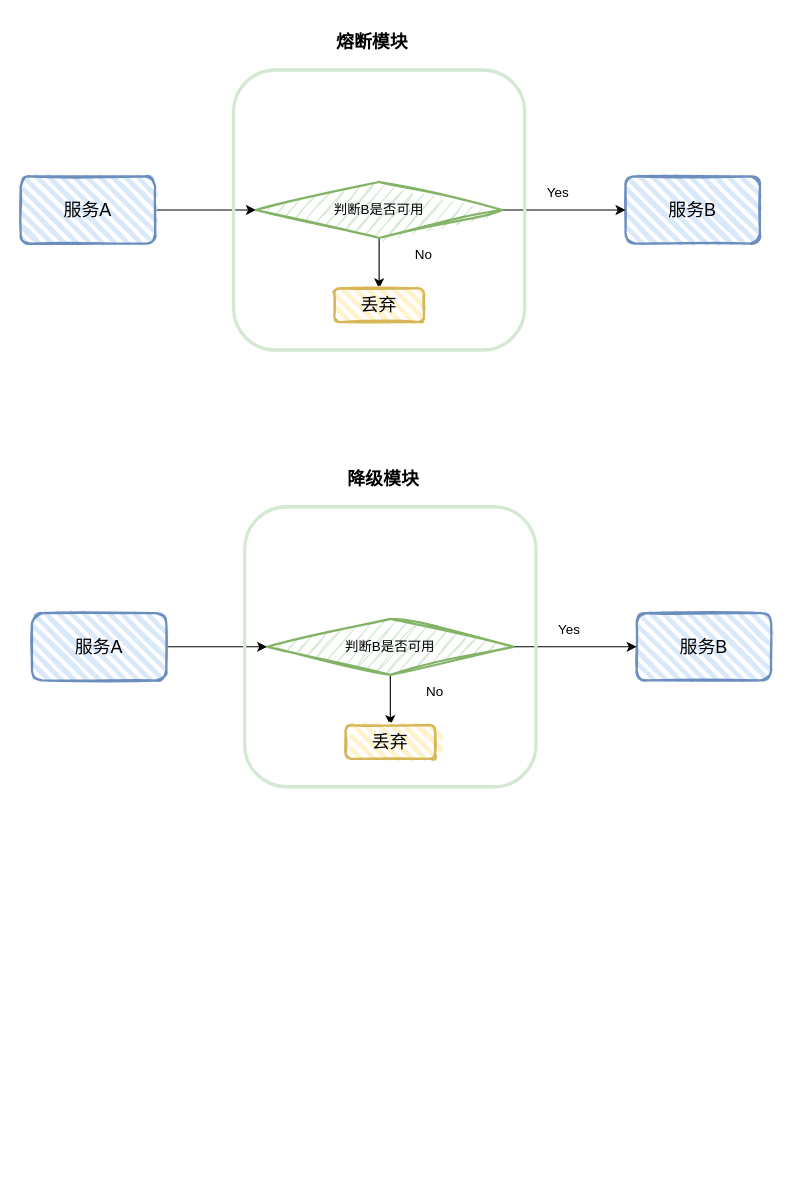
Earlier version of the draw.io diagram 高可用-熔断-降级-限流.drawio (ChanphongGu/ProcessGraph). Source tidied: cells renumbered, new cells numbered last; positions are measured from the earlier drawing's top-left corner, leaving out a move shared by most shapes. Both pictures are drawn from the tidied source at 112%, with x=0, y=0 at pixel (20, 19).
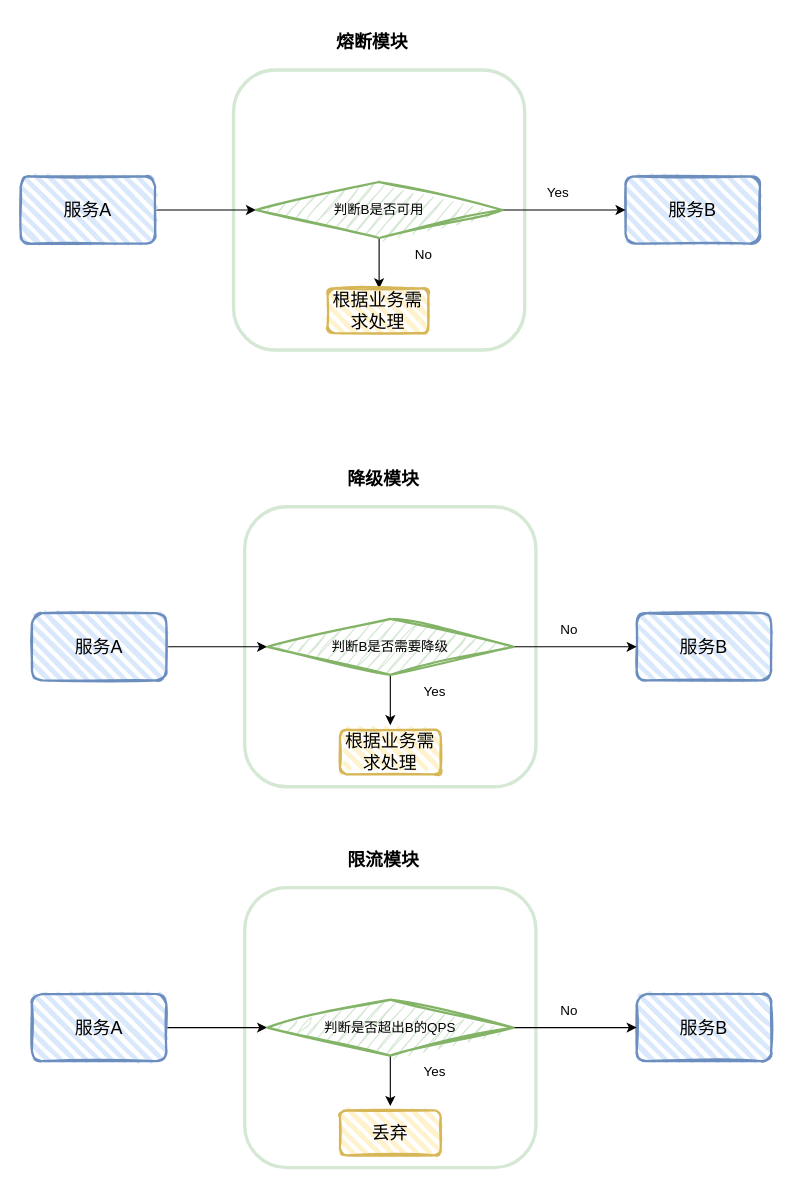
The same page after the edit.

Commit message (it also covers changes not shown here):
更新高可用-熔断-降级-限流.drawio

What changed in the source:
```diff
@@
+    <mxCell id="11" style="rounded=1;whiteSpace=wrap;html=1;fillColor=none;strokeColor=#D5E8D4;strokeWidth=3;" parent="1" vertex="1">
+      <mxGeometry x="190" y="45" width="260" height="250" as="geometry" />
+    </mxCell>
+    <mxCell id="22" style="rounded=1;whiteSpace=wrap;html=1;fillColor=none;strokeColor=#D5E8D4;strokeWidth=3;" parent="1" vertex="1">
+      <mxGeometry x="200" y="435" width="260" height="250" as="geometry" />
+    </mxCell>
@@
-    <mxCell id="10" value="丢弃" style="rounded=1;whiteSpace=wrap;html=1;strokeWidth=2;fillWeight=4;hachureGap=8;hachureAngle=45;sketch=1;fontSize=16;fillColor=#fff2cc;strokeColor=#d6b656;" parent="1" vertex="1">
-      <mxGeometry x="280" y="240" width="80" height="30" as="geometry" />
-    </mxCell>
-    <mxCell id="11" style="rounded=1;whiteSpace=wrap;html=1;fillColor=none;strokeColor=#D5E8D4;strokeWidth=3;" parent="1" vertex="1">
-      <mxGeometry x="190" y="45" width="260" height="250" as="geometry" />
-    </mxCell>
@@
-    <mxCell id="18" value="判断B是否可用" style="rhombus;whiteSpace=wrap;html=1;fillStyle=auto;rounded=0;sketch=1;curveFitting=1;jiggle=2;strokeWidth=2;fillColor=#d5e8d4;strokeColor=#82b366;" parent="1" vertex="1">
+    <mxCell id="18" value="判断B是否需要降级" style="rhombus;whiteSpace=wrap;html=1;fillStyle=auto;rounded=0;sketch=1;curveFitting=1;jiggle=2;strokeWidth=2;fillColor=#d5e8d4;strokeColor=#82b366;" parent="1" vertex="1">
       <mxGeometry x="220" y="535" width="220" height="50" as="geometry" />
     </mxCell>
-    <mxCell id="19" value="Yes" style="text;html=1;strokeColor=none;fillColor=none;align=center;verticalAlign=middle;whiteSpace=wrap;rounded=0;" parent="1" vertex="1">
+    <mxCell id="19" value="No" style="text;html=1;strokeColor=none;fillColor=none;align=center;verticalAlign=middle;whiteSpace=wrap;rounded=0;" parent="1" vertex="1">
       <mxGeometry x="460" y="530" width="60" height="30" as="geometry" />
     </mxCell>
-    <mxCell id="20" value="No" style="text;html=1;strokeColor=none;fillColor=none;align=center;verticalAlign=middle;whiteSpace=wrap;rounded=0;" parent="1" vertex="1">
+    <mxCell id="20" value="Yes" style="text;html=1;strokeColor=none;fillColor=none;align=center;verticalAlign=middle;whiteSpace=wrap;rounded=0;" parent="1" vertex="1">
       <mxGeometry x="340" y="585" width="60" height="30" as="geometry" />
     </mxCell>
-    <mxCell id="21" value="丢弃" style="rounded=1;whiteSpace=wrap;html=1;strokeWidth=2;fillWeight=4;hachureGap=8;hachureAngle=45;sketch=1;fontSize=16;fillColor=#fff2cc;strokeColor=#d6b656;" parent="1" vertex="1">
-      <mxGeometry x="290" y="630" width="80" height="30" as="geometry" />
+    <mxCell id="21" value="根据业务需求处理" style="rounded=1;whiteSpace=wrap;html=1;strokeWidth=2;fillWeight=4;hachureGap=8;hachureAngle=45;sketch=1;fontSize=16;fillColor=#fff2cc;strokeColor=#d6b656;" parent="1" vertex="1">
+      <mxGeometry x="285" y="634" width="90" height="40" as="geometry" />
     </mxCell>
-    <mxCell id="22" style="rounded=1;whiteSpace=wrap;html=1;fillColor=none;strokeColor=#D5E8D4;strokeWidth=3;" parent="1" vertex="1">
-      <mxGeometry x="200" y="435" width="260" height="250" as="geometry" />
-    </mxCell>
@@
+    <mxCell id="24" style="rounded=1;whiteSpace=wrap;html=1;fillColor=none;strokeColor=#D5E8D4;strokeWidth=3;" parent="1" vertex="1">
+      <mxGeometry x="200" y="775" width="260" height="250" as="geometry" />
+    </mxCell>
+    <mxCell id="25" style="edgeStyle=orthogonalEdgeStyle;rounded=0;jettySize=auto;html=1;exitX=1;exitY=0.5;exitDx=0;exitDy=0;entryX=0;entryY=0.5;entryDx=0;entryDy=0;" parent="1" edge="1" source="26" target="30">
+      <mxGeometry relative="1" as="geometry" />
+    </mxCell>
+    <mxCell id="26" value="服务A" style="rounded=1;whiteSpace=wrap;html=1;strokeWidth=2;fillWeight=4;hachureGap=8;hachureAngle=45;fillColor=#dae8fc;sketch=1;strokeColor=#6c8ebf;fontSize=16;" parent="1" vertex="1">
+      <mxGeometry x="10" y="870" width="120" height="60" as="geometry" />
+    </mxCell>
+    <mxCell id="27" value="服务B" style="rounded=1;whiteSpace=wrap;html=1;strokeWidth=2;fillWeight=4;hachureGap=8;hachureAngle=45;fillColor=#dae8fc;sketch=1;strokeColor=#6c8ebf;fontSize=16;" parent="1" vertex="1">
+      <mxGeometry x="550" y="870" width="120" height="60" as="geometry" />
+    </mxCell>
+    <mxCell id="28" style="edgeStyle=orthogonalEdgeStyle;rounded=0;jettySize=auto;html=1;exitX=1;exitY=0.5;exitDx=0;exitDy=0;entryX=0;entryY=0.5;entryDx=0;entryDy=0;" parent="1" edge="1" source="30" target="27">
+      <mxGeometry relative="1" as="geometry" />
+    </mxCell>
+    <mxCell id="29" style="edgeStyle=orthogonalEdgeStyle;rounded=0;jettySize=auto;html=1;exitX=0.5;exitY=1;exitDx=0;exitDy=0;" parent="1" edge="1" source="30">
+      <mxGeometry relative="1" as="geometry">
+        <mxPoint x="330" y="970" as="targetPoint" />
+      </mxGeometry>
+    </mxCell>
+    <mxCell id="30" value="判断是否超出B的QPS" style="rhombus;whiteSpace=wrap;html=1;fillStyle=auto;rounded=0;sketch=1;curveFitting=1;jiggle=2;strokeWidth=2;fillColor=#d5e8d4;strokeColor=#82b366;" parent="1" vertex="1">
+      <mxGeometry x="220" y="875" width="220" height="50" as="geometry" />
+    </mxCell>
+    <mxCell id="31" value="No" style="text;html=1;strokeColor=none;fillColor=none;align=center;verticalAlign=middle;whiteSpace=wrap;rounded=0;" parent="1" vertex="1">
+      <mxGeometry x="460" y="870" width="60" height="30" as="geometry" />
+    </mxCell>
+    <mxCell id="32" value="Yes" style="text;html=1;strokeColor=none;fillColor=none;align=center;verticalAlign=middle;whiteSpace=wrap;rounded=0;" parent="1" vertex="1">
+      <mxGeometry x="340" y="925" width="60" height="30" as="geometry" />
+    </mxCell>
+    <mxCell id="10" value="丢弃" style="rounded=1;whiteSpace=wrap;html=1;strokeWidth=2;fillWeight=4;hachureGap=8;hachureAngle=45;sketch=1;fontSize=16;fillColor=#fff2cc;strokeColor=#d6b656;" parent="1" vertex="1">
+      <mxGeometry x="285" y="974" width="90" height="40" as="geometry" />
+    </mxCell>
+    <mxCell id="33" value="限流模块" style="text;html=1;strokeColor=none;fillColor=none;align=center;verticalAlign=middle;whiteSpace=wrap;rounded=0;fontSize=16;fontStyle=1;" parent="1" vertex="1">
+      <mxGeometry x="284" y="730" width="80" height="40" as="geometry" />
+    </mxCell>
+    <mxCell id="34" value="根据业务需求处理" style="rounded=1;whiteSpace=wrap;html=1;strokeWidth=2;fillWeight=4;hachureGap=8;hachureAngle=45;sketch=1;fontSize=16;fillColor=#fff2cc;strokeColor=#d6b656;" parent="1" vertex="1">
+      <mxGeometry x="274" y="240" width="90" height="40" as="geometry" />
+    </mxCell>
```
